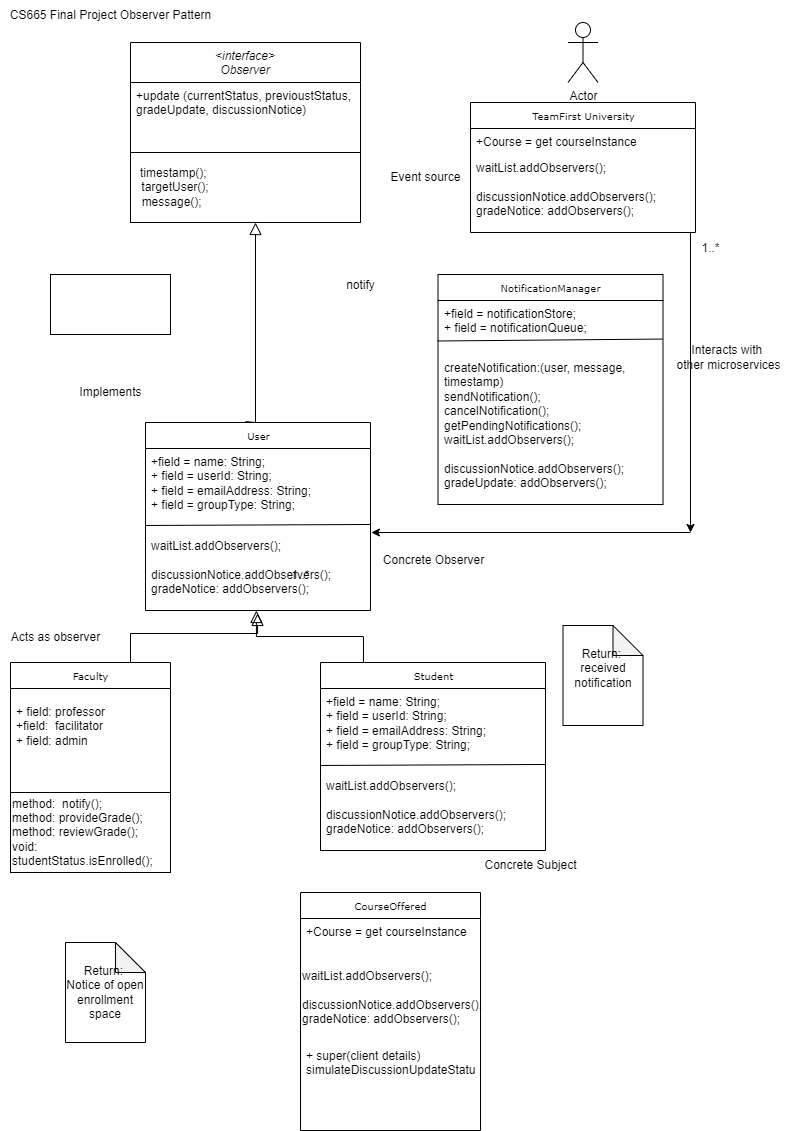
Above: Observer Diag.drawio.png in jimmyjazz31/CSSFinalProject (draw.io), before the change. Source tidied: cells renumbered, new cells last; positions are measured from the earlier drawing's top-left corner, leaving out a move shared by most shapes.
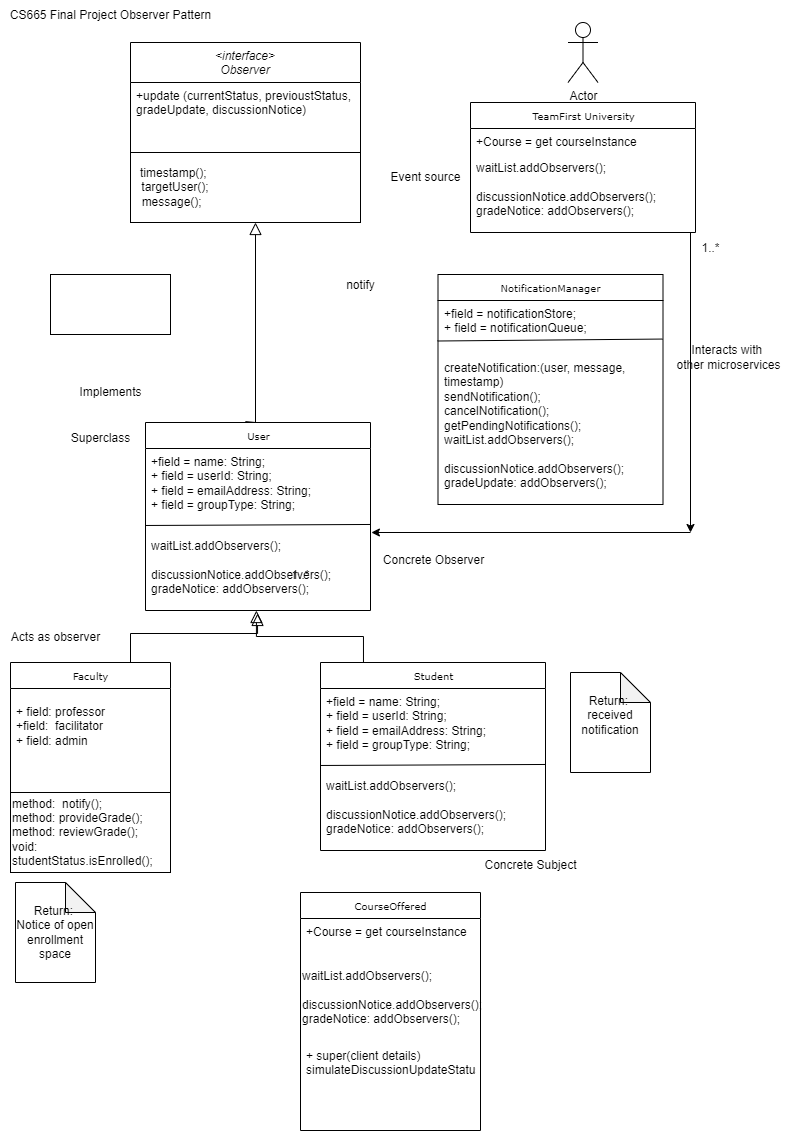
After the commit.

The edit, as a diff of the source:
```diff
@@ -29,7 +29,7 @@
       <mxGeometry x="10" y="792" width="160" height="80" as="geometry" />
     </mxCell>
     <mxCell id="9" value="Return:&amp;nbsp; Notice of open enrollment space" style="shape=note;whiteSpace=wrap;html=1;backgroundOutline=1;darkOpacity=0.05;" parent="1" vertex="1">
-      <mxGeometry x="65" y="942" width="80" height="100" as="geometry" />
+      <mxGeometry x="15" y="882" width="80" height="100" as="geometry" />
     </mxCell>
     <mxCell id="10" value="&lt;div&gt;CourseOffered&lt;/div&gt;" style="swimlane;html=1;fontStyle=0;horizontal=1;startSize=26;fillColor=none;swimlaneFillColor=#ffffff;rounded=0;shadow=0;comic=0;labelBackgroundColor=none;strokeWidth=1;fontFamily=Verdana;fontSize=10;align=center;" parent="1" vertex="1">
       <mxGeometry x="300" y="892" width="180" height="238" as="geometry" />
@@ -80,7 +80,7 @@
       <mxGeometry x="372.5" y="547" width="120" height="40" as="geometry" />
     </mxCell>
     <mxCell id="26" value="Return:&amp;nbsp; received notification&lt;div&gt;&lt;br&gt;&lt;/div&gt;" style="shape=note;whiteSpace=wrap;html=1;backgroundOutline=1;darkOpacity=0.05;" parent="1" vertex="1">
-      <mxGeometry x="562.5" y="625" width="80" height="100" as="geometry" />
+      <mxGeometry x="570" y="672" width="80" height="100" as="geometry" />
     </mxCell>
     <mxCell id="27" value="Actor" style="shape=umlActor;verticalLabelPosition=bottom;verticalAlign=top;html=1;" parent="1" vertex="1">
       <mxGeometry x="567.5" y="22" width="30" height="60" as="geometry" />
@@ -151,5 +151,8 @@
     <mxCell id="46" style="endArrow=block;endSize=10;endFill=0;shadow=0;strokeWidth=1;rounded=0;curved=0;edgeStyle=elbowEdgeStyle;elbow=vertical;exitX=0.191;exitY=0;exitDx=0;exitDy=0;entryX=0.493;entryY=1;entryDx=0;entryDy=0;entryPerimeter=0;exitPerimeter=0;" parent="1" edge="1" source="38" target="23">
       <mxGeometry relative="1" as="geometry" />
     </mxCell>
+    <mxCell id="47" value="Superclass&lt;div&gt;&lt;br&gt;&lt;/div&gt;" style="text;html=1;align=center;verticalAlign=middle;strokeColor=none;fillColor=none;" parent="1" vertex="1">
+      <mxGeometry x="60" y="425" width="80" height="40" as="geometry" />
+    </mxCell>
   </root>
 </mxGraphModel>
```
